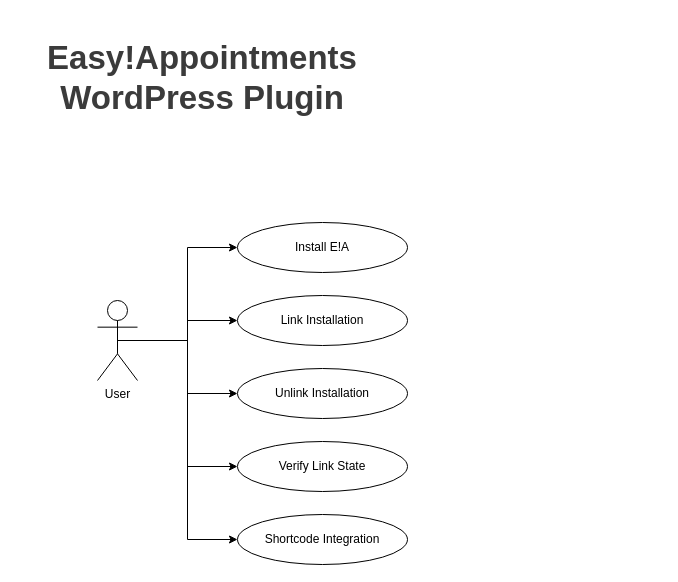
Earlier version of the draw.io diagram doc/use-cases.drawio.xml (alextselegidis/easyappointments-wordpress). Source tidied: cells renumbered, new cells numbered last; positions are measured from the earlier drawing's top-left corner, leaving out a move shared by most shapes. Both pictures are drawn from the tidied source at 100%, with x=0, y=0 at pixel (17, 17).
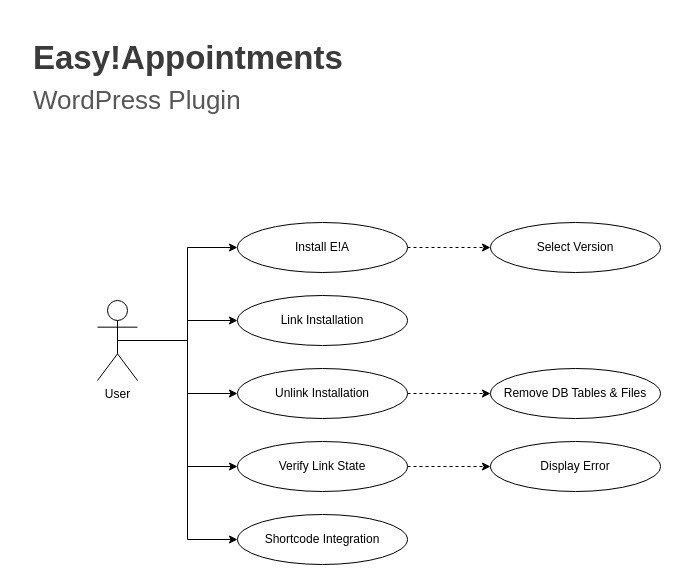
The same diagram, later.

Commit message (it also covers changes not shown here):
Updated the diagrams with all the possible use cases of version v1.0 of the plugin.

Diff of the diagram source:
```diff
@@
 <mxGraphModel background="#FFFFFF">
   <root>
     <mxCell id="0" />
     <mxCell id="1" parent="0" />
-    <mxCell id="2" value="Easy!Appointments &lt;br&gt;WordPress Plugin" style="text;html=1;strokeColor=none;fillColor=none;align=center;verticalAlign=middle;whiteSpace=wrap;overflow=hidden;fontSize=33;fontStyle=1;fontColor=#3B3B3B;" parent="1" vertex="1">
-      <mxGeometry width="370" height="120" as="geometry" />
+    <mxCell id="2" value="Easy!Appointments &lt;br&gt;&lt;span style=&quot;font-weight: normal&quot;&gt;&lt;font style=&quot;font-size: 26px&quot; color=&quot;#575757&quot;&gt;WordPress Plugin&lt;/font&gt;&lt;/span&gt;" style="text;html=1;strokeColor=none;fillColor=none;align=left;verticalAlign=middle;whiteSpace=wrap;overflow=hidden;fontSize=33;fontStyle=1;fontColor=#3B3B3B;" parent="1" vertex="1">
+      <mxGeometry x="14" width="370" height="120" as="geometry" />
     </mxCell>
     <mxCell id="3" style="edgeStyle=orthogonalEdgeStyle;rounded=0;html=1;exitX=0.5;exitY=0.5;exitPerimeter=0;entryX=0;entryY=0.5;jettySize=auto;" parent="1" edge="1" source="5" target="12">
       <mxGeometry relative="1" as="geometry" />
     </mxCell>
     <mxCell id="4" style="edgeStyle=orthogonalEdgeStyle;rounded=0;html=1;exitX=0.5;exitY=0.5;exitPerimeter=0;entryX=0;entryY=0.5;jettySize=auto;" parent="1" edge="1" source="5" target="13">
       <mxGeometry relative="1" as="geometry" />
     </mxCell>
     <mxCell id="5" value="User" style="shape=umlActor;verticalLabelPosition=bottom;verticalAlign=top;html=1;fontSize=12;" parent="1" vertex="1">
       <mxGeometry x="80" y="283" width="40" height="80" as="geometry" />
     </mxCell>
+    <mxCell id="14" style="edgeStyle=orthogonalEdgeStyle;rounded=0;html=1;exitX=1;exitY=0.5;dashed=1;jettySize=auto;entryX=0;entryY=0.5;" parent="1" edge="1" source="6" target="18">
+      <mxGeometry relative="1" as="geometry" />
+    </mxCell>
     <mxCell id="6" value="Install E!A" style="ellipse;whiteSpace=wrap;html=1;fontSize=12;" parent="1" vertex="1">
       <mxGeometry x="220" y="205" width="170" height="50" as="geometry" />
     </mxCell>
     <mxCell id="7" value="Link Installation" style="ellipse;whiteSpace=wrap;html=1;fontSize=12;" parent="1" vertex="1">
       <mxGeometry x="220" y="278" width="170" height="50" as="geometry" />
     </mxCell>
     <mxCell id="8" value="Shortcode Integration" style="ellipse;whiteSpace=wrap;html=1;fontSize=12;flipV=0;" parent="1" vertex="1">
       <mxGeometry x="220" y="497" width="170" height="50" as="geometry" />
     </mxCell>
     <mxCell id="9" style="edgeStyle=orthogonalEdgeStyle;rounded=0;html=1;exitX=0.5;exitY=0.5;exitPerimeter=0;entryX=0;entryY=0.5;fontSize=12;" parent="1" edge="1" source="5" target="7">
       <mxGeometry relative="1" as="geometry" />
     </mxCell>
     <mxCell id="10" style="edgeStyle=orthogonalEdgeStyle;rounded=0;html=1;exitX=0.5;exitY=0.5;exitPerimeter=0;entryX=0;entryY=0.5;fontSize=12;" parent="1" edge="1" source="5" target="6">
       <mxGeometry relative="1" as="geometry" />
     </mxCell>
     <mxCell id="11" style="edgeStyle=orthogonalEdgeStyle;rounded=0;html=1;exitX=0.5;exitY=0.5;exitPerimeter=0;entryX=0;entryY=0.5;fontSize=12;" parent="1" edge="1" source="5" target="8">
       <mxGeometry relative="1" as="geometry" />
     </mxCell>
+    <mxCell id="15" style="edgeStyle=orthogonalEdgeStyle;rounded=0;html=1;exitX=1;exitY=0.5;jettySize=auto;entryX=0;entryY=0.5;dashed=1;" parent="1" edge="1" source="12" target="17">
+      <mxGeometry relative="1" as="geometry" />
+    </mxCell>
     <mxCell id="12" value="Unlink Installation" style="ellipse;whiteSpace=wrap;html=1;fontSize=12;flipV=0;" parent="1" vertex="1">
       <mxGeometry x="220" y="351" width="170" height="50" as="geometry" />
     </mxCell>
+    <mxCell id="16" style="edgeStyle=orthogonalEdgeStyle;rounded=0;html=1;exitX=1;exitY=0.5;dashed=1;jettySize=auto;" parent="1" edge="1" source="13" target="19">
+      <mxGeometry relative="1" as="geometry" />
+    </mxCell>
     <mxCell id="13" value="Verify Link State" style="ellipse;whiteSpace=wrap;html=1;fontSize=12;flipV=0;" parent="1" vertex="1">
       <mxGeometry x="220" y="424" width="170" height="50" as="geometry" />
     </mxCell>
+    <mxCell id="17" value="Remove DB Tables &amp;amp; Files" style="ellipse;whiteSpace=wrap;html=1;fontSize=12;flipV=0;" parent="1" vertex="1">
+      <mxGeometry x="473" y="351" width="170" height="50" as="geometry" />
+    </mxCell>
+    <mxCell id="18" value="Select Version" style="ellipse;whiteSpace=wrap;html=1;fontSize=12;" parent="1" vertex="1">
+      <mxGeometry x="473" y="205" width="170" height="50" as="geometry" />
+    </mxCell>
+    <mxCell id="19" value="Display Error" style="ellipse;whiteSpace=wrap;html=1;fontSize=12;flipV=0;" parent="1" vertex="1">
+      <mxGeometry x="473" y="424" width="170" height="50" as="geometry" />
+    </mxCell>
   </root>
 </mxGraphModel>
```
